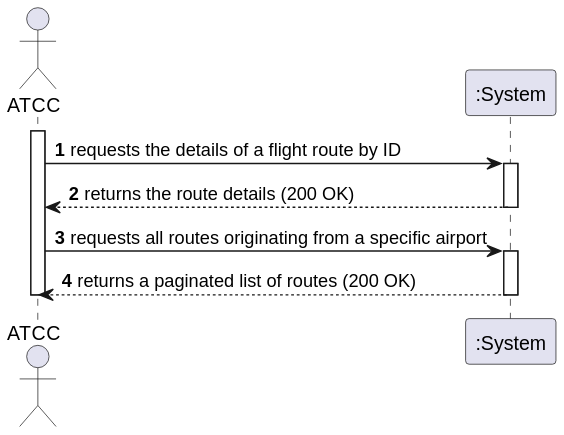
Andre-1240567/psoft2026_2DB_1240567_1241013_1240624 keeps this PlantUML diagram as docs/use-cases/WP#3A/US113/svg/US113-SSD.svg. Above is the earlier version. The source it was exported from:
```plantuml
@startuml
autonumber
actor "ATCC" as Actor
participant ":System" as System

activate Actor
Actor -> System: requests the details of a flight route by ID
activate System
System --> Actor: returns the route details (200 OK)
deactivate System

Actor -> System: requests all routes originating from a specific airport
activate System
System --> Actor: returns a paginated list of routes (200 OK)
deactivate System
deactivate Actor
@enduml
```
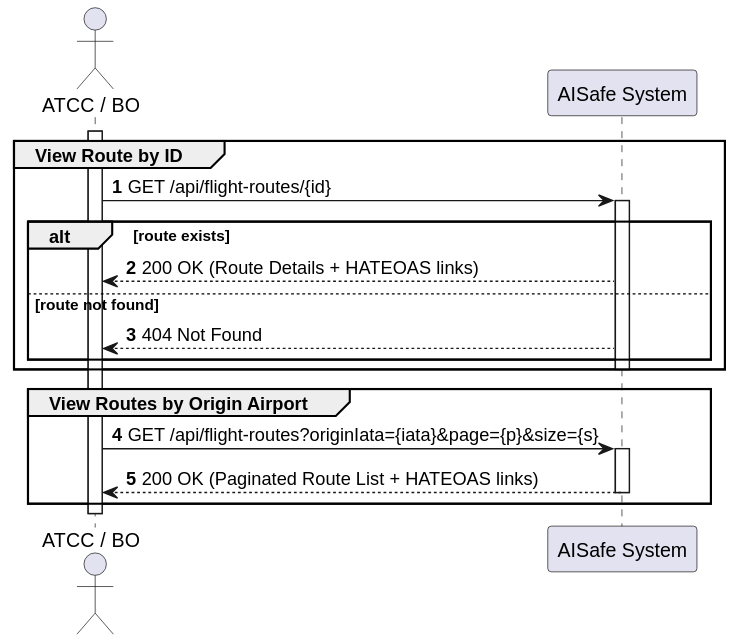
The same file after the commit.

The edit, as a diff of the source:
```diff
@@ -1,17 +1,27 @@
 @startuml
 autonumber
-actor "ATCC" as Actor
-participant ":System" as System
+actor "ATCC / BO" as Actor
+participant "AISafe System" as System
 
 activate Actor
-Actor -> System: requests the details of a flight route by ID
-activate System
-System --> Actor: returns the route details (200 OK)
-deactivate System
 
-Actor -> System: requests all routes originating from a specific airport
-activate System
-System --> Actor: returns a paginated list of routes (200 OK)
-deactivate System
+group View Route by ID
+    Actor -> System: GET /api/flight-routes/{id}
+    activate System
+    alt route exists
+        System --> Actor: 200 OK (Route Details + HATEOAS links)
+    else route not found
+        System --> Actor: 404 Not Found
+    end
+    deactivate System
+end
+
+group View Routes by Origin Airport
+    Actor -> System: GET /api/flight-routes?originIata={iata}&page={p}&size={s}
+    activate System
+    System --> Actor: 200 OK (Paginated Route List + HATEOAS links)
+    deactivate System
+end
+
 deactivate Actor
 @enduml
```
